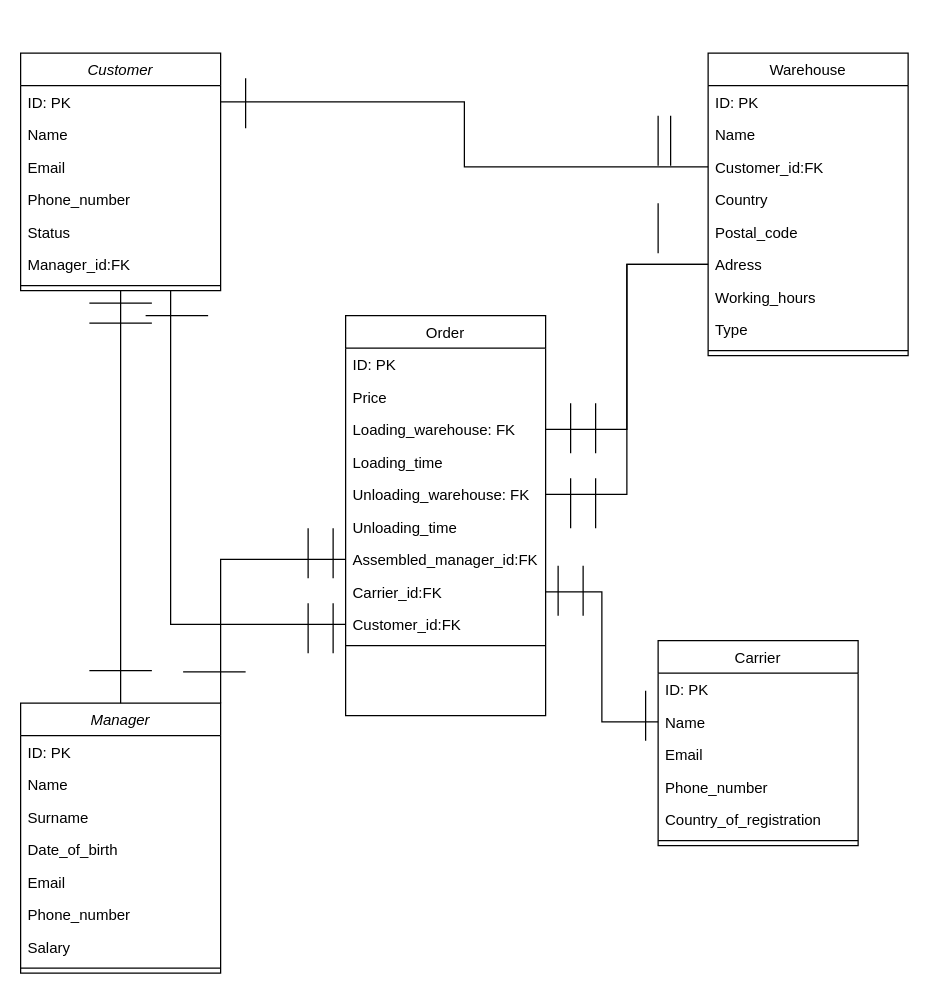
Before: sql_diagram.drawio in DDRAV/Miniprojektas-klusterizacija-klasifikacija-, a draw.io diagram. Source tidied: cells renumbered, new cells numbered last; positions are measured from the earlier drawing's top-left corner, leaving out a move shared by most shapes. Both pictures are drawn from the tidied source at 125%, with x=0, y=0 at pixel (20, 52).
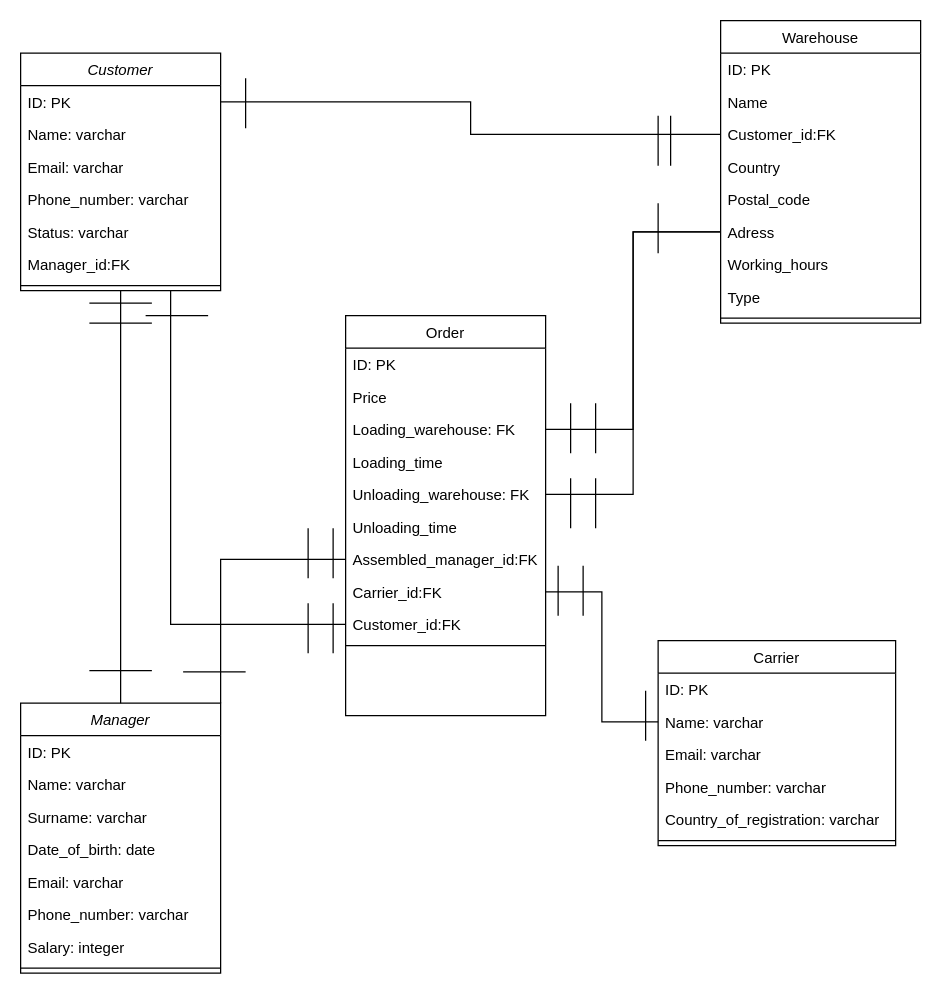
The same diagram, later.

Unchanged cells that the change refers to:
```xml
<mxCell id="3" value="Manager" style="swimlane;fontStyle=2;align=center;verticalAlign=top;horizontal=1;startSize=26;rounded=0;shadow=0;strokeWidth=1;" parent="1" vertex="1">
  <mxGeometry y="520" width="160" height="216" as="geometry" />
</mxCell>
<mxCell id="42" value="Customer" style="swimlane;fontStyle=2;align=center;verticalAlign=top;horizontal=1;startSize=26;rounded=0;shadow=0;strokeWidth=1;" parent="1" vertex="1">
  <mxGeometry width="160" height="190" as="geometry" />
</mxCell>
```

Change to the diagram source:
```diff
@@
-    <mxCell id="5" value="Name" style="text;align=left;verticalAlign=top;spacingLeft=4;spacingRight=4;overflow=hidden;rounded=0;shadow=0;html=0;" parent="3" vertex="1">
+    <mxCell id="5" value="Name: varchar" style="text;align=left;verticalAlign=top;spacingLeft=4;spacingRight=4;overflow=hidden;rounded=0;shadow=0;html=0;" parent="3" vertex="1">
       <mxGeometry y="52" width="160" height="26" as="geometry" />
     </mxCell>
-    <mxCell id="6" value="Surname" style="text;align=left;verticalAlign=top;spacingLeft=4;spacingRight=4;overflow=hidden;rounded=0;shadow=0;html=0;" parent="3" vertex="1">
+    <mxCell id="6" value="Surname: varchar" style="text;align=left;verticalAlign=top;spacingLeft=4;spacingRight=4;overflow=hidden;rounded=0;shadow=0;html=0;" parent="3" vertex="1">
       <mxGeometry y="78" width="160" height="26" as="geometry" />
     </mxCell>
-    <mxCell id="7" value="Date_of_birth" style="text;align=left;verticalAlign=top;spacingLeft=4;spacingRight=4;overflow=hidden;rounded=0;shadow=0;html=0;" parent="3" vertex="1">
+    <mxCell id="7" value="Date_of_birth: date" style="text;align=left;verticalAlign=top;spacingLeft=4;spacingRight=4;overflow=hidden;rounded=0;shadow=0;html=0;" parent="3" vertex="1">
       <mxGeometry y="104" width="160" height="26" as="geometry" />
     </mxCell>
-    <mxCell id="8" value="Email" style="text;align=left;verticalAlign=top;spacingLeft=4;spacingRight=4;overflow=hidden;rounded=0;shadow=0;html=0;" parent="3" vertex="1">
+    <mxCell id="8" value="Email: varchar" style="text;align=left;verticalAlign=top;spacingLeft=4;spacingRight=4;overflow=hidden;rounded=0;shadow=0;html=0;" parent="3" vertex="1">
       <mxGeometry y="130" width="160" height="26" as="geometry" />
     </mxCell>
-    <mxCell id="9" value="Phone_number" style="text;align=left;verticalAlign=top;spacingLeft=4;spacingRight=4;overflow=hidden;rounded=0;shadow=0;html=0;" parent="3" vertex="1">
+    <mxCell id="9" value="Phone_number: varchar" style="text;align=left;verticalAlign=top;spacingLeft=4;spacingRight=4;overflow=hidden;rounded=0;shadow=0;html=0;" parent="3" vertex="1">
       <mxGeometry y="156" width="160" height="26" as="geometry" />
     </mxCell>
-    <mxCell id="10" value="Salary" style="text;align=left;verticalAlign=top;spacingLeft=4;spacingRight=4;overflow=hidden;rounded=0;shadow=0;html=0;" parent="3" vertex="1">
+    <mxCell id="10" value="Salary: integer" style="text;align=left;verticalAlign=top;spacingLeft=4;spacingRight=4;overflow=hidden;rounded=0;shadow=0;html=0;" parent="3" vertex="1">
       <mxGeometry y="182" width="160" height="26" as="geometry" />
     </mxCell>
@@
     <mxCell id="12" value="Carrier" style="swimlane;fontStyle=0;align=center;verticalAlign=top;horizontal=1;startSize=26;rounded=0;shadow=0;strokeWidth=1;" parent="1" vertex="1">
-      <mxGeometry x="510" y="470" width="160" height="164" as="geometry" />
+      <mxGeometry x="510" y="470" width="190" height="164" as="geometry" />
     </mxCell>
     <mxCell id="13" value="ID: PK" style="text;align=left;verticalAlign=top;spacingLeft=4;spacingRight=4;overflow=hidden;" parent="12" vertex="1">
-      <mxGeometry y="26" width="160" height="26" as="geometry" />
+      <mxGeometry y="26" width="190" height="26" as="geometry" />
     </mxCell>
-    <mxCell id="14" value="Name" style="text;align=left;verticalAlign=top;spacingLeft=4;spacingRight=4;overflow=hidden;points=[[0,0.5],[1,0.5]];portConstraint=eastwest;rounded=0;shadow=0;html=0;" parent="12" vertex="1">
-      <mxGeometry y="52" width="160" height="26" as="geometry" />
+    <mxCell id="14" value="Name: varchar" style="text;align=left;verticalAlign=top;spacingLeft=4;spacingRight=4;overflow=hidden;points=[[0,0.5],[1,0.5]];portConstraint=eastwest;rounded=0;shadow=0;html=0;" parent="12" vertex="1">
+      <mxGeometry y="52" width="190" height="26" as="geometry" />
     </mxCell>
-    <mxCell id="15" value="Email" style="text;align=left;verticalAlign=top;spacingLeft=4;spacingRight=4;overflow=hidden;" parent="12" vertex="1">
-      <mxGeometry y="78" width="160" height="26" as="geometry" />
+    <mxCell id="15" value="Email: varchar" style="text;align=left;verticalAlign=top;spacingLeft=4;spacingRight=4;overflow=hidden;" parent="12" vertex="1">
+      <mxGeometry y="78" width="190" height="26" as="geometry" />
     </mxCell>
-    <mxCell id="16" value="Phone_number" style="text;align=left;verticalAlign=top;spacingLeft=4;spacingRight=4;overflow=hidden;" parent="12" vertex="1">
-      <mxGeometry y="104" width="160" height="26" as="geometry" />
+    <mxCell id="16" value="Phone_number: varchar" style="text;align=left;verticalAlign=top;spacingLeft=4;spacingRight=4;overflow=hidden;" parent="12" vertex="1">
+      <mxGeometry y="104" width="190" height="26" as="geometry" />
     </mxCell>
-    <mxCell id="17" value="Country_of_registration" style="text;align=left;verticalAlign=top;spacingLeft=4;spacingRight=4;overflow=hidden;" parent="12" vertex="1">
-      <mxGeometry y="130" width="160" height="26" as="geometry" />
+    <mxCell id="17" value="Country_of_registration: varchar" style="text;align=left;verticalAlign=top;spacingLeft=4;spacingRight=4;overflow=hidden;" parent="12" vertex="1">
+      <mxGeometry y="130" width="190" height="26" as="geometry" />
     </mxCell>
     <mxCell id="18" style="line;html=1;strokeWidth=1;align=left;verticalAlign=middle;spacingTop=-1;spacingLeft=3;spacingRight=3;labelPosition=right;" parent="12" vertex="1">
-      <mxGeometry y="156" width="160" height="8" as="geometry" />
+      <mxGeometry y="156" width="190" height="8" as="geometry" />
     </mxCell>
@@
     <mxCell id="30" value="Warehouse" style="swimlane;fontStyle=0;align=center;verticalAlign=top;horizontal=1;startSize=26;rounded=0;shadow=0;strokeWidth=1;" parent="1" vertex="1">
-      <mxGeometry x="550" width="160" height="242" as="geometry" />
+      <mxGeometry x="560" y="-26" width="160" height="242" as="geometry" />
     </mxCell>
@@
-    <mxCell id="44" value="Name" style="text;align=left;verticalAlign=top;spacingLeft=4;spacingRight=4;overflow=hidden;rounded=0;shadow=0;html=0;" parent="42" vertex="1">
+    <mxCell id="44" value="Name: varchar" style="text;align=left;verticalAlign=top;spacingLeft=4;spacingRight=4;overflow=hidden;rounded=0;shadow=0;html=0;" parent="42" vertex="1">
       <mxGeometry y="52" width="160" height="26" as="geometry" />
     </mxCell>
-    <mxCell id="45" value="Email" style="text;align=left;verticalAlign=top;spacingLeft=4;spacingRight=4;overflow=hidden;rounded=0;shadow=0;html=0;" parent="42" vertex="1">
+    <mxCell id="45" value="Email: varchar" style="text;align=left;verticalAlign=top;spacingLeft=4;spacingRight=4;overflow=hidden;rounded=0;shadow=0;html=0;" parent="42" vertex="1">
       <mxGeometry y="78" width="160" height="26" as="geometry" />
     </mxCell>
-    <mxCell id="46" value="Phone_number" style="text;align=left;verticalAlign=top;spacingLeft=4;spacingRight=4;overflow=hidden;rounded=0;shadow=0;html=0;" parent="42" vertex="1">
+    <mxCell id="46" value="Phone_number: varchar" style="text;align=left;verticalAlign=top;spacingLeft=4;spacingRight=4;overflow=hidden;rounded=0;shadow=0;html=0;" parent="42" vertex="1">
       <mxGeometry y="104" width="160" height="26" as="geometry" />
     </mxCell>
-    <mxCell id="47" value="Status" style="text;align=left;verticalAlign=top;spacingLeft=4;spacingRight=4;overflow=hidden;rounded=0;shadow=0;html=0;" parent="42" vertex="1">
+    <mxCell id="47" value="Status: varchar" style="text;align=left;verticalAlign=top;spacingLeft=4;spacingRight=4;overflow=hidden;rounded=0;shadow=0;html=0;" parent="42" vertex="1">
       <mxGeometry y="130" width="160" height="26" as="geometry" />
     </mxCell>
```
